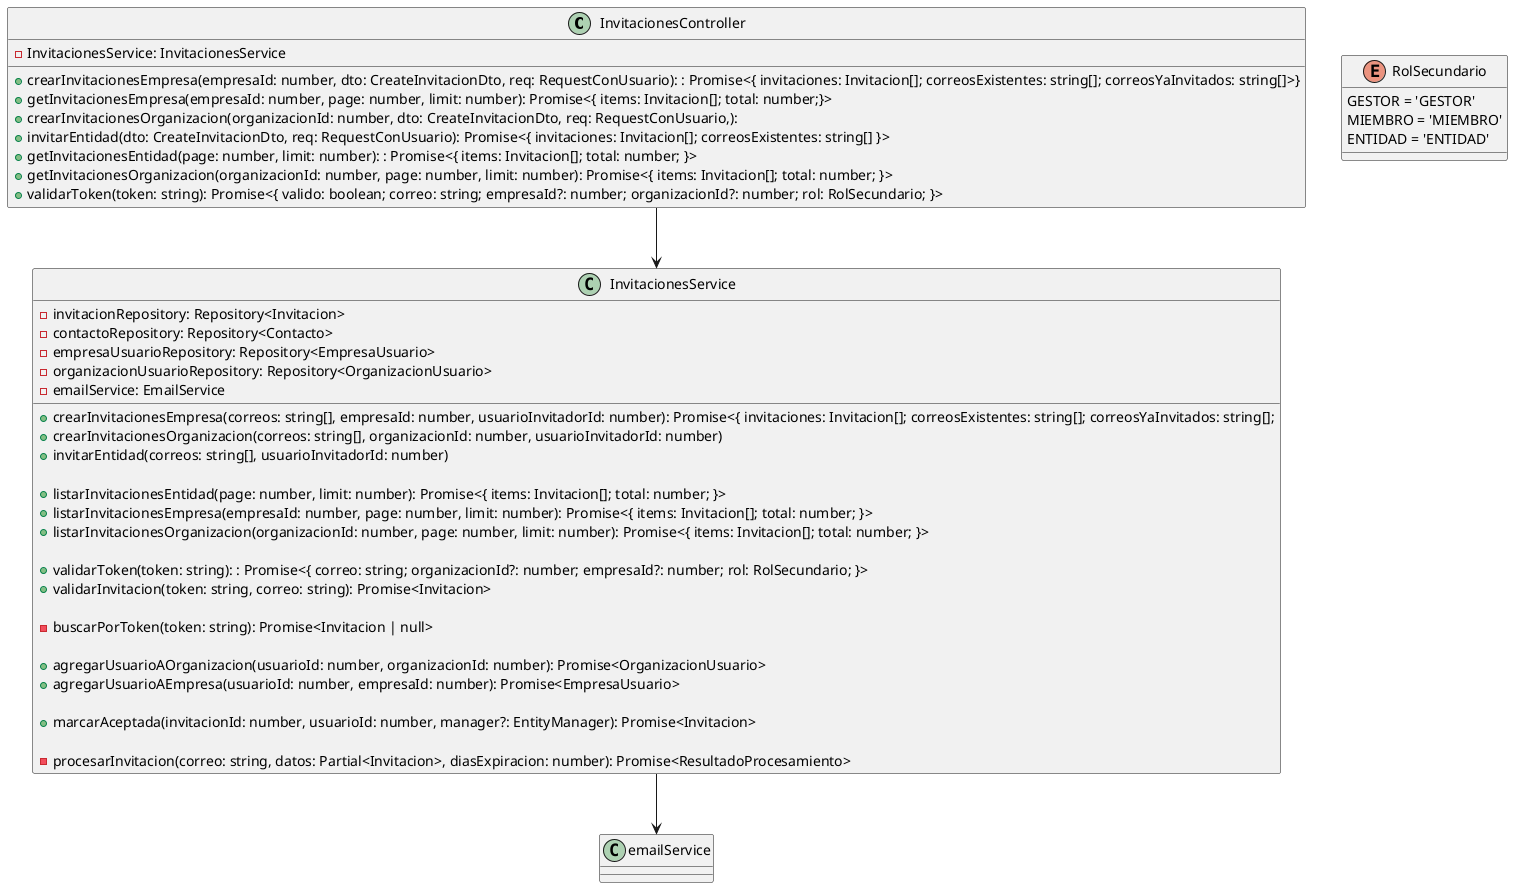
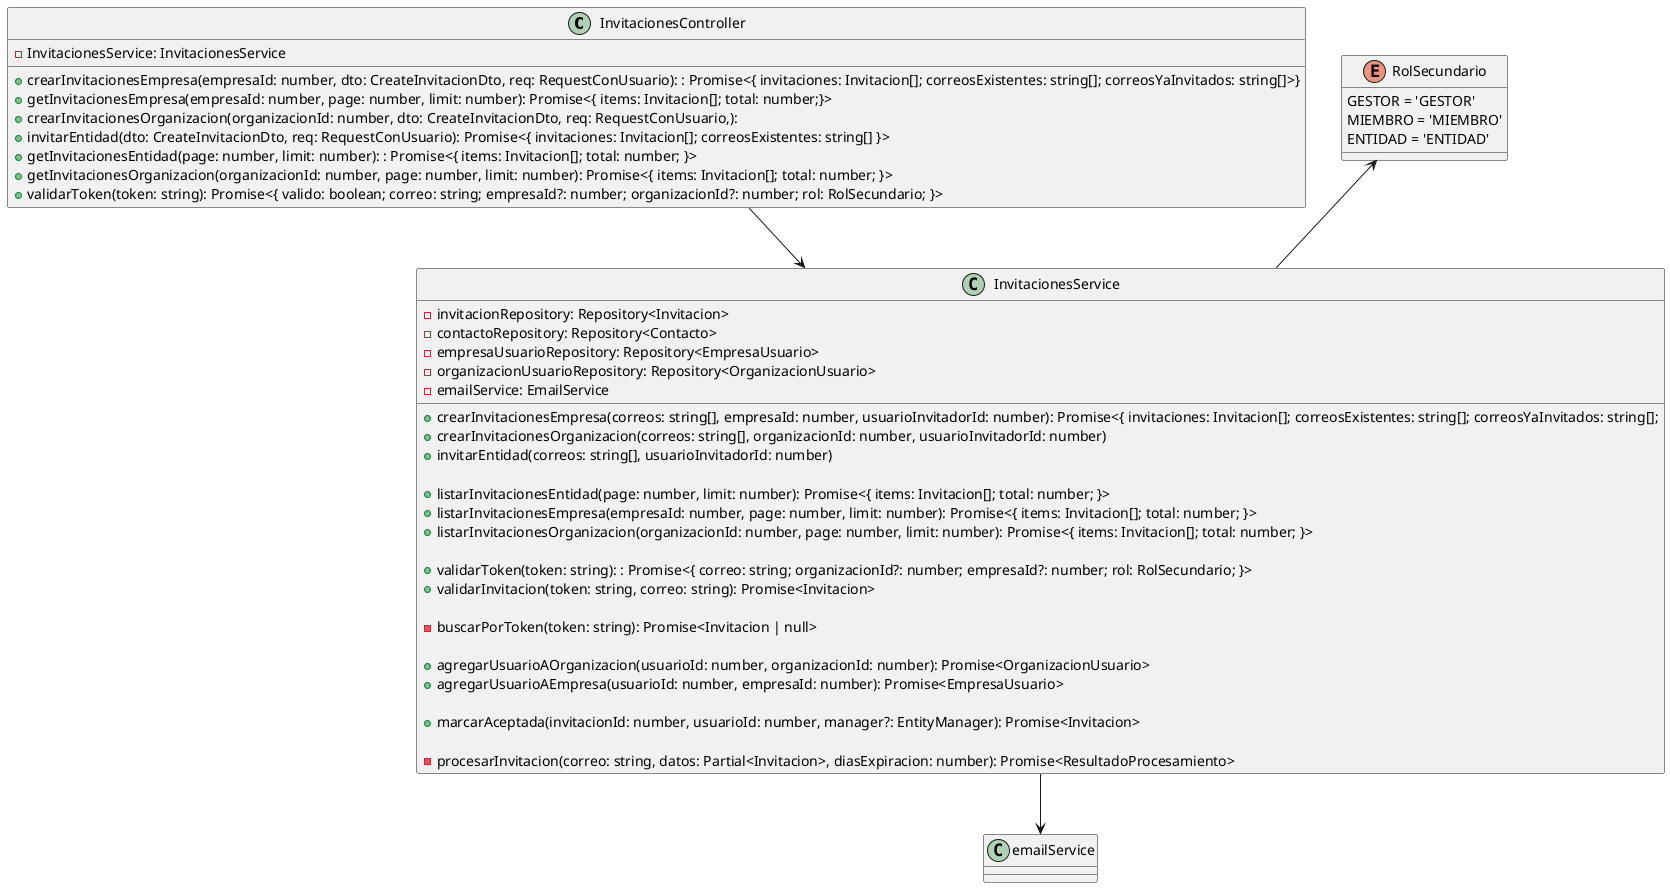
@startuml

class InvitacionesController {
    - InvitacionesService: InvitacionesService

    + crearInvitacionesEmpresa(empresaId: number, dto: CreateInvitacionDto, req: RequestConUsuario): : Promise<{ invitaciones: Invitacion[]; correosExistentes: string[]; correosYaInvitados: string[]>}
    + getInvitacionesEmpresa(empresaId: number, page: number, limit: number): Promise<{ items: Invitacion[]; total: number;}>
    + crearInvitacionesOrganizacion(organizacionId: number, dto: CreateInvitacionDto, req: RequestConUsuario,):
    + invitarEntidad(dto: CreateInvitacionDto, req: RequestConUsuario): Promise<{ invitaciones: Invitacion[]; correosExistentes: string[] }>
    + getInvitacionesEntidad(page: number, limit: number): : Promise<{ items: Invitacion[]; total: number; }>
    + getInvitacionesOrganizacion(organizacionId: number, page: number, limit: number): Promise<{ items: Invitacion[]; total: number; }>
    + validarToken(token: string): Promise<{ valido: boolean; correo: string; empresaId?: number; organizacionId?: number; rol: RolSecundario; }>

}

class InvitacionesService {
    - invitacionRepository: Repository<Invitacion>
    - contactoRepository: Repository<Contacto>
    - empresaUsuarioRepository: Repository<EmpresaUsuario>
    - organizacionUsuarioRepository: Repository<OrganizacionUsuario>
    - emailService: EmailService

    + crearInvitacionesEmpresa(correos: string[], empresaId: number, usuarioInvitadorId: number): Promise<{ invitaciones: Invitacion[]; correosExistentes: string[]; correosYaInvitados: string[];
    + crearInvitacionesOrganizacion(correos: string[], organizacionId: number, usuarioInvitadorId: number)
    + invitarEntidad(correos: string[], usuarioInvitadorId: number)

    + listarInvitacionesEntidad(page: number, limit: number): Promise<{ items: Invitacion[]; total: number; }>
    + listarInvitacionesEmpresa(empresaId: number, page: number, limit: number): Promise<{ items: Invitacion[]; total: number; }>
    + listarInvitacionesOrganizacion(organizacionId: number, page: number, limit: number): Promise<{ items: Invitacion[]; total: number; }>

    + validarToken(token: string): : Promise<{ correo: string; organizacionId?: number; empresaId?: number; rol: RolSecundario; }>
    + validarInvitacion(token: string, correo: string): Promise<Invitacion>

    - buscarPorToken(token: string): Promise<Invitacion | null>

    + agregarUsuarioAOrganizacion(usuarioId: number, organizacionId: number): Promise<OrganizacionUsuario>
    + agregarUsuarioAEmpresa(usuarioId: number, empresaId: number): Promise<EmpresaUsuario>

    + marcarAceptada(invitacionId: number, usuarioId: number, manager?: EntityManager): Promise<Invitacion>

    - procesarInvitacion(correo: string, datos: Partial<Invitacion>, diasExpiracion: number): Promise<ResultadoProcesamiento>
}

enum RolSecundario {
    GESTOR = 'GESTOR'
    MIEMBRO = 'MIEMBRO'
    ENTIDAD = 'ENTIDAD'
}

InvitacionesController --> InvitacionesService

+ RolSecundario <-- InvitacionesService

'Relaciones con otros services
InvitacionesService --> emailService

@enduml